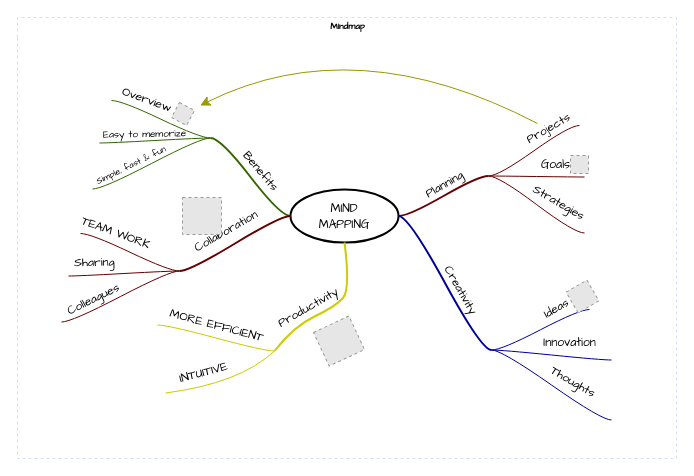
This is Mind Map - Etika Berkomunikasi dalam Game Online.drawio from ikhsan3adi/daskom_dump, a draw.io file, before an edit. Source tidied: cells renumbered, new cells numbered last; positions are measured from the earlier drawing's top-left corner, leaving out a move shared by most shapes. Both pictures are drawn from the tidied source at 100%, with x=0, y=0 at pixel (17, 17). Pictures stored in the file or linked from it are replaced by grey dashed boxes.
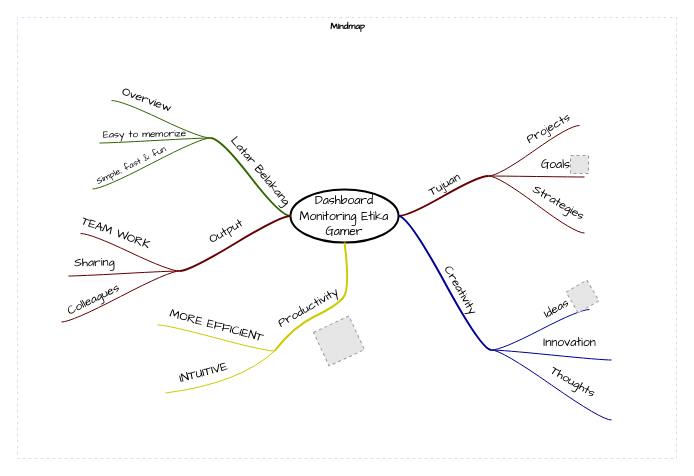
Above is the later version.

Unchanged cells that the change refers to:
```xml
<mxCell id="2" value="Mindmap" style="swimlane;html=1;startSize=20;horizontal=1;containerType=tree;labelBackgroundColor=none;strokeColor=#D4E1F5;strokeWidth=1;fillColor=none;fontFamily=Comic Sans MS;fontSize=9;swimlaneLine=0;dashed=1;" parent="1" vertex="1">
  <mxGeometry width="659" height="441" as="geometry" />
</mxCell>
<mxCell id="5" style="edgeStyle=entityRelationEdgeStyle;startArrow=none;endArrow=none;segment=10;curved=1;strokeWidth=2;strokeColor=#660000;rounded=0;fontSize=12;startSize=8;endSize=8;" parent="2" edge="1" source="3" target="4">
  <mxGeometry relative="1" as="geometry" />
</mxCell>
<mxCell id="9" value="Projects" style="text;html=1;points=[];align=center;verticalAlign=middle;labelBackgroundColor=none;fontFamily=Comic Sans MS;rotation=-30;" parent="8" vertex="1">
  <mxGeometry x="0.26" relative="1" as="geometry">
    <mxPoint x="3" y="-14" as="offset" />
  </mxGeometry>
</mxCell>
<mxCell id="32" style="whiteSpace=wrap;html=1;rounded=1;arcSize=50;align=center;verticalAlign=middle;strokeWidth=1;spacing=4;" parent="2" vertex="1">
  <mxGeometry x="193" y="120" height="1" as="geometry" />
</mxCell>
<mxCell id="33" style="edgeStyle=entityRelationEdgeStyle;startArrow=none;endArrow=none;segment=10;curved=1;strokeWidth=2;strokeColor=#336600;rounded=0;fontSize=12;startSize=8;endSize=8;" parent="2" edge="1" source="3" target="32">
  <mxGeometry relative="1" as="geometry" />
</mxCell>
<mxCell id="47" style="whiteSpace=wrap;html=1;rounded=1;arcSize=50;align=center;verticalAlign=middle;strokeWidth=1;spacing=4;" parent="2" vertex="1">
  <mxGeometry x="162" y="253" height="1" as="geometry" />
</mxCell>
<mxCell id="48" style="edgeStyle=entityRelationEdgeStyle;startArrow=none;endArrow=none;segment=10;curved=1;strokeWidth=2;strokeColor=#660000;rounded=0;fontSize=12;startSize=8;endSize=8;" parent="2" edge="1" source="3" target="47">
  <mxGeometry relative="1" as="geometry" />
</mxCell>
```

Change to the diagram source:
```diff
@@
-    <mxCell id="3" value="&lt;font face=&quot;Comic Sans MS&quot;&gt;MIND&lt;br&gt;MAPPING&lt;/font&gt;" style="ellipse;whiteSpace=wrap;html=1;align=center;strokeWidth=2;" parent="2" vertex="1">
+    <mxCell id="3" value="&lt;font face=&quot;Comic Sans MS&quot;&gt;Dashboard Monitoring Etika Gamer&lt;/font&gt;" style="ellipse;whiteSpace=wrap;html=1;align=center;strokeWidth=2;" parent="2" vertex="1">
       <mxGeometry x="273" y="172" width="108" height="53" as="geometry" />
     </mxCell>
@@
-    <mxCell id="6" value="Planning" style="text;html=1;align=center;verticalAlign=middle;labelBackgroundColor=none;rotation=-30;fontFamily=Comic Sans MS;" parent="5" vertex="1">
+    <mxCell id="6" value="Tujuan" style="text;html=1;align=center;verticalAlign=middle;labelBackgroundColor=none;rotation=-30;fontFamily=Comic Sans MS;" parent="5" vertex="1">
       <mxGeometry x="0.02" y="2" relative="1" as="geometry">
         <mxPoint x="1" y="-9" as="offset" />
       </mxGeometry>
     </mxCell>
@@
-    <mxCell id="34" value="Benefits" style="text;html=1;align=center;verticalAlign=middle;labelBackgroundColor=none;rotation=50;fontFamily=Comic Sans MS;" parent="33" vertex="1">
+    <mxCell id="34" value="Latar Belakang" style="text;html=1;align=center;verticalAlign=middle;labelBackgroundColor=none;rotation=50;fontFamily=Comic Sans MS;" parent="33" vertex="1">
       <mxGeometry x="0.02" y="2" relative="1" as="geometry">
         <mxPoint x="12" y="-7" as="offset" />
       </mxGeometry>
     </mxCell>
@@
-    <mxCell id="44" style="fillColor=#E6E6E6;strokeColor=#999999;dashed=1;html=1;verticalAlign=top;verticalLabelPosition=bottom;labelBackgroundColor=#ffffff;fontFamily=Comic Sans MS;fontSize=10;rotation=28;" parent="2" vertex="1">
-      <mxGeometry x="157" y="88" width="17" height="17" as="geometry" />
-    </mxCell>
-    <mxCell id="45" style="endArrow=classic;html=1;curved=1;sourcePerimeterSpacing=10;strokeColor=#999900;targetPerimeterSpacing=7;rounded=0;fontSize=12;startSize=8;endSize=8;" parent="2" edge="1" source="9" target="44">
-      <mxGeometry relative="1" as="geometry">
-        <Array as="points">
-          <mxPoint x="338" y="11" />
-        </Array>
-      </mxGeometry>
-    </mxCell>
-    <mxCell id="46" style="jumpStyle=arc;html=1;endArrow=classicThin;endFill=1;jettySize=auto;strokeColor=none;strokeWidth=2;fontFamily=Comic Sans MS;fontSize=10;rounded=0;startSize=8;endSize=8;curved=1;" parent="2" edge="1" source="32" target="44">
-      <mxGeometry relative="1" as="geometry" />
+    <mxCell id="46" style="jumpStyle=arc;html=1;endArrow=classicThin;endFill=1;jettySize=auto;strokeColor=none;strokeWidth=2;fontFamily=Comic Sans MS;fontSize=10;rounded=0;startSize=8;endSize=8;curved=1;" parent="2" edge="1" source="32">
+      <mxGeometry relative="1" as="geometry">
+        <mxPoint x="172.1" y="102.2" as="targetPoint" />
+      </mxGeometry>
     </mxCell>
@@
-    <mxCell id="49" value="Collaboration" style="text;html=1;align=center;verticalAlign=middle;labelBackgroundColor=none;rotation=-30;fontFamily=Comic Sans MS;" parent="48" vertex="1">
+    <mxCell id="49" value="Output" style="text;html=1;align=center;verticalAlign=middle;labelBackgroundColor=none;rotation=-30;fontFamily=Comic Sans MS;" parent="48" vertex="1">
       <mxGeometry x="0.02" y="2" relative="1" as="geometry">
         <mxPoint x="-10" y="-13" as="offset" />
       </mxGeometry>
     </mxCell>
@@
-    <mxCell id="59" style="fillColor=#E6E6E6;strokeColor=#999999;dashed=1;html=1;verticalAlign=top;verticalLabelPosition=bottom;labelBackgroundColor=#ffffff;fontFamily=Comic Sans MS;fontSize=12;fontColor=#000000;align=center;" parent="2" vertex="1">
-      <mxGeometry x="165" y="180" width="39" height="37" as="geometry" />
-    </mxCell>
-    <mxCell id="60" style="edgeStyle=none;jumpStyle=arc;html=1;entryX=0.5;entryY=1;entryPerimeter=0;endArrow=classicThin;endFill=1;jettySize=auto;strokeColor=none;strokeWidth=2;fontFamily=Comic Sans MS;fontSize=12;rounded=0;startSize=8;endSize=8;curved=1;" parent="2" edge="1" source="47" target="59">
-      <mxGeometry relative="1" as="geometry" />
-    </mxCell>
```
